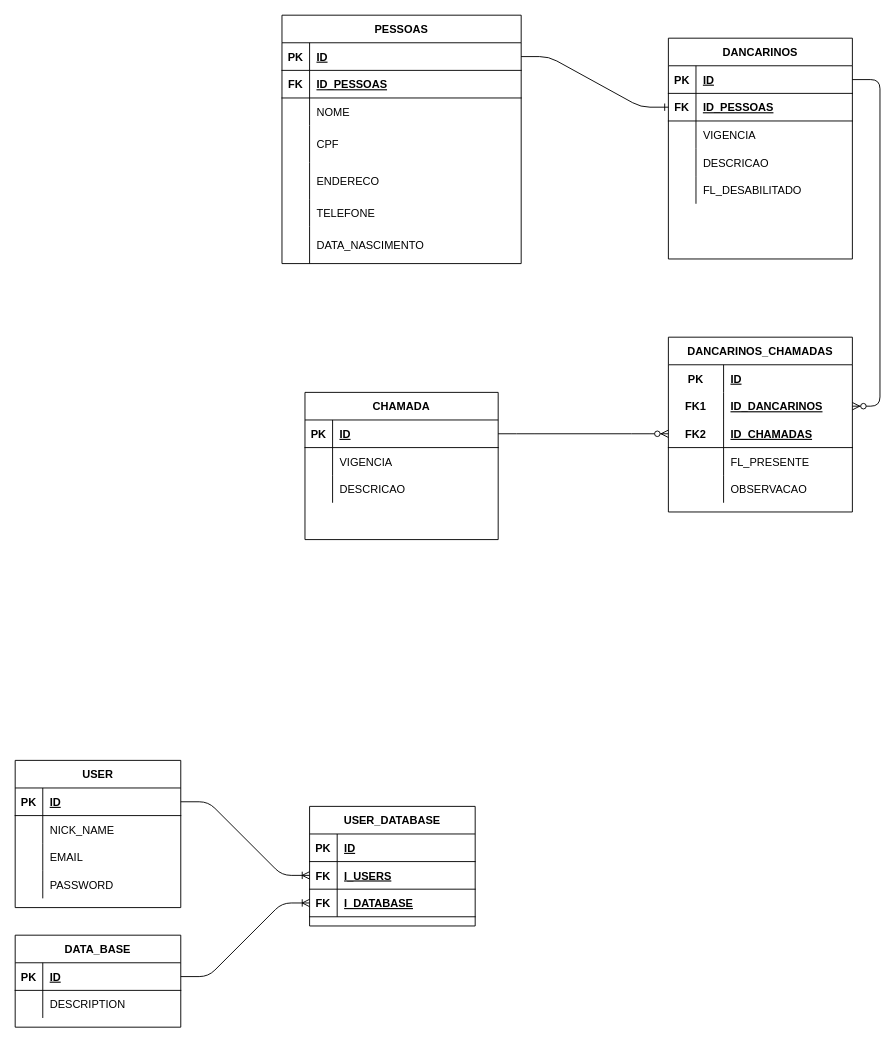
Before: public/SOLUÇÕESWEB.drawio in joseMarciano/valsugana-api, a draw.io diagram. Source tidied: cells renumbered, new cells numbered last; positions are measured from the earlier drawing's top-left corner, leaving out a move shared by most shapes. Both pictures are drawn from the tidied source at 92%, with x=0, y=0 at pixel (15, 15).
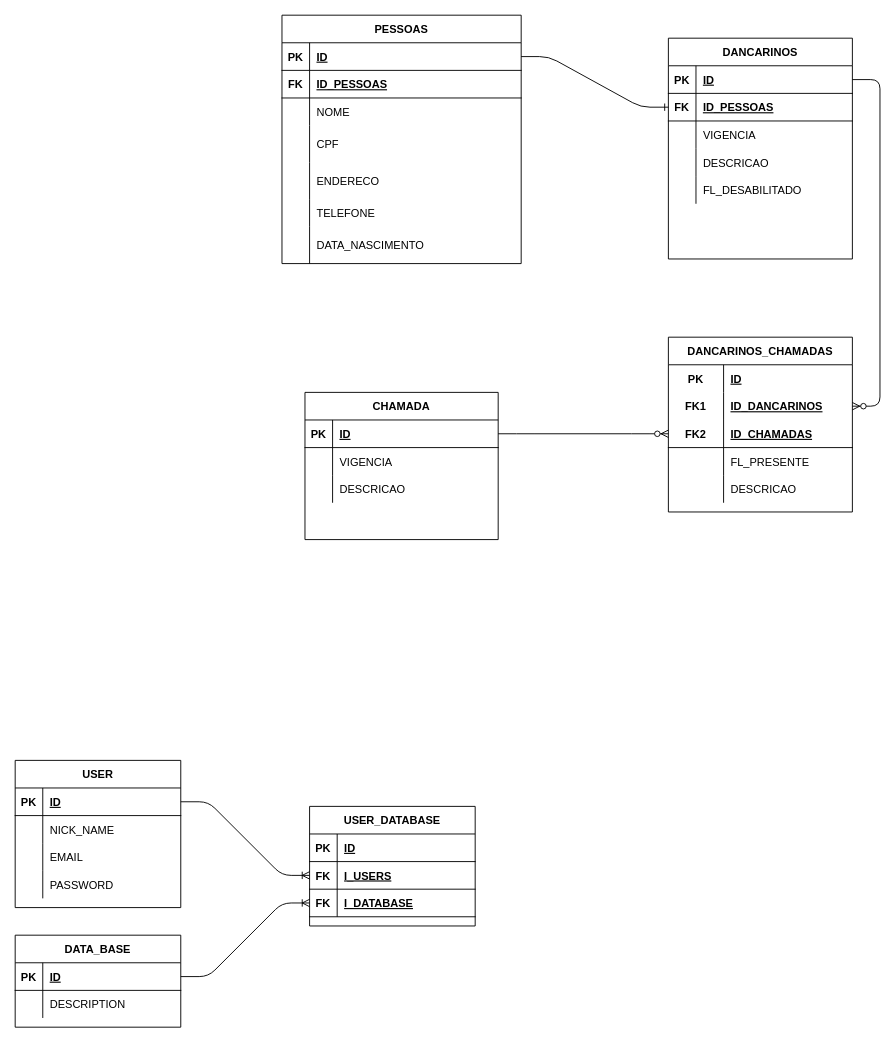
Above is the later version.

The change refers to these unchanged cells:
```xml
<mxCell id="64" style="shape=partialRectangle;fillColor=none;top=0;left=0;bottom=0;right=0;" parent="51" vertex="1">
  <mxGeometry y="150" width="200" height="30" as="geometry" />
</mxCell>
```

What changed in the source:
```diff
@@
-    <mxCell id="66" value="OBSERVACAO" style="shape=partialRectangle;fillColor=none;top=0;left=0;bottom=0;right=0;align=left;spacingLeft=6;overflow=hidden;" parent="64" vertex="1">
+    <mxCell id="66" value="DESCRICAO" style="shape=partialRectangle;fillColor=none;top=0;left=0;bottom=0;right=0;align=left;spacingLeft=6;overflow=hidden;" parent="64" vertex="1">
       <mxGeometry x="60" width="140" height="30" as="geometry" />
     </mxCell>
```
